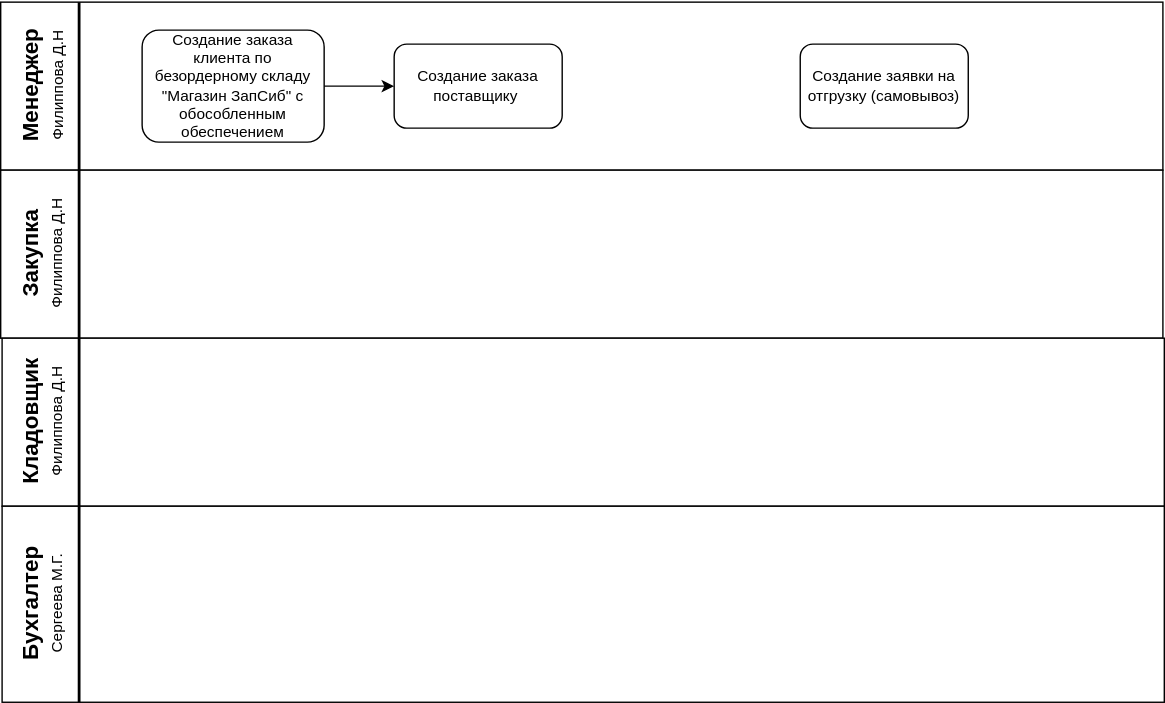
This is Diagram.svg from Mariia22/HTTP-Request, a draw.io export, as it was before one commit. Source tidied: cells renumbered, new cells last; positions are measured from the earlier drawing's top-left corner, leaving out a move shared by most shapes.
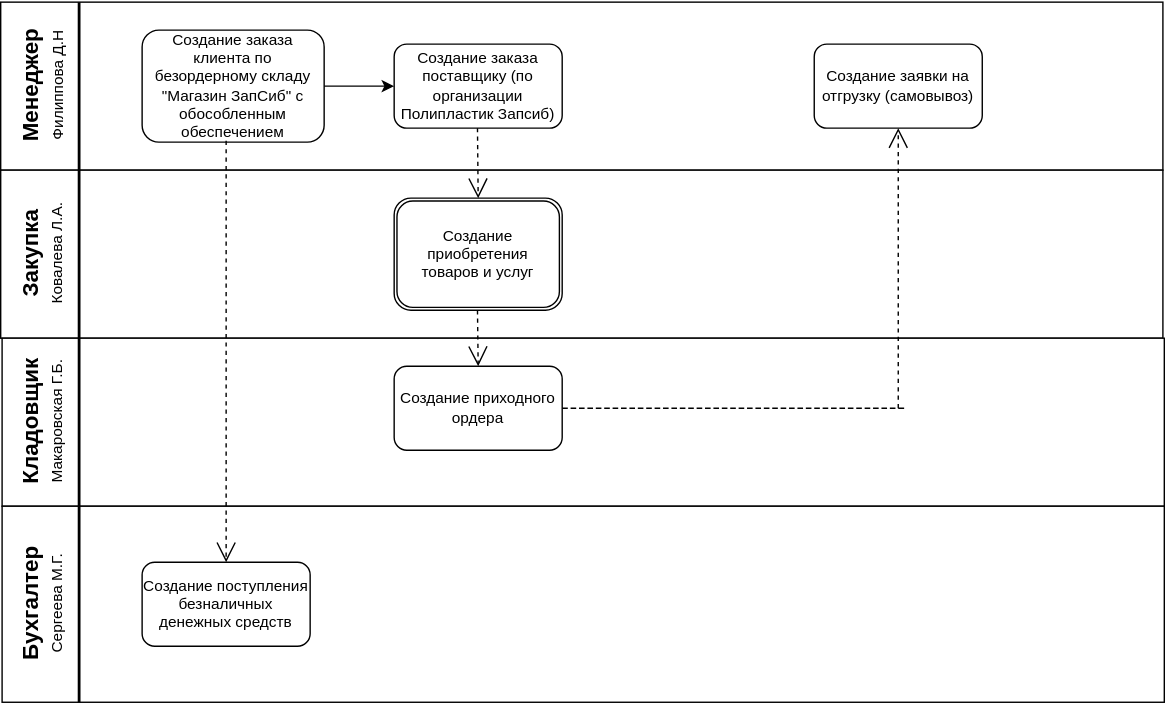
Later version of the same file.

What changed in the source:
```diff
@@ -35,10 +35,10 @@
     <mxCell id="12" value="Филиппова Д.Н&lt;br style=&quot;font-size: 11px;&quot;&gt;" style="text;strokeColor=none;fillColor=none;html=1;fontSize=11;fontStyle=0;verticalAlign=middle;align=center;rotation=270;" parent="1" vertex="1">
       <mxGeometry x="20" y="40" width="80" height="40" as="geometry" />
     </mxCell>
-    <mxCell id="13" value="Филиппова Д.Н&lt;br style=&quot;font-size: 11px;&quot;&gt;" style="text;strokeColor=none;fillColor=none;html=1;fontSize=11;fontStyle=0;verticalAlign=middle;align=center;rotation=270;" parent="1" vertex="1">
+    <mxCell id="13" value="Ковалева Л.А." style="text;strokeColor=none;fillColor=none;html=1;fontSize=11;fontStyle=0;verticalAlign=middle;align=center;rotation=270;" parent="1" vertex="1">
       <mxGeometry x="19" y="160" width="80" height="40" as="geometry" />
     </mxCell>
-    <mxCell id="14" value="Филиппова Д.Н&lt;br style=&quot;font-size: 11px;&quot;&gt;" style="text;strokeColor=none;fillColor=none;html=1;fontSize=11;fontStyle=0;verticalAlign=middle;align=center;rotation=270;" parent="1" vertex="1">
+    <mxCell id="14" value="Макаровская Г.Б." style="text;strokeColor=none;fillColor=none;html=1;fontSize=11;fontStyle=0;verticalAlign=middle;align=center;rotation=270;" parent="1" vertex="1">
       <mxGeometry x="19" y="280" width="80" height="40" as="geometry" />
     </mxCell>
     <mxCell id="15" value="Сергеева М.Г." style="text;strokeColor=none;fillColor=none;html=1;fontSize=11;fontStyle=0;verticalAlign=middle;align=center;rotation=270;" parent="1" vertex="1">
@@ -47,14 +47,52 @@
     <mxCell id="16" value="Создание заказа клиента по безордерному складу &quot;Магазин ЗапСиб&quot; с обособленным обеспечением" style="rounded=1;whiteSpace=wrap;html=1;fontSize=11;" parent="1" vertex="1">
       <mxGeometry x="120" y="20" width="130" height="80" as="geometry" />
     </mxCell>
-    <mxCell id="17" value="Создание заказа поставщику&amp;nbsp;" style="rounded=1;whiteSpace=wrap;html=1;fontSize=11;" parent="1" vertex="1">
+    <mxCell id="17" value="Создание заказа поставщику (по организации Полипластик Запсиб)" style="rounded=1;whiteSpace=wrap;html=1;fontSize=11;" parent="1" vertex="1">
       <mxGeometry x="300" y="30" width="120" height="60" as="geometry" />
     </mxCell>
     <mxCell id="18" value="Создание заявки на отгрузку (самовывоз)" style="rounded=1;whiteSpace=wrap;html=1;fontSize=11;" parent="1" vertex="1">
-      <mxGeometry x="590" y="30" width="120" height="60" as="geometry" />
+      <mxGeometry x="600" y="30" width="120" height="60" as="geometry" />
     </mxCell>
     <mxCell id="19" style="endArrow=classic;html=1;fontSize=11;exitX=1;exitY=0.5;exitDx=0;exitDy=0;entryX=0;entryY=0.5;entryDx=0;entryDy=0;" parent="1" edge="1" source="16" target="17">
       <mxGeometry relative="1" as="geometry" />
     </mxCell>
+    <mxCell id="20" value="Создание приобретения товаров и услуг" style="shape=ext;double=1;rounded=1;whiteSpace=wrap;html=1;fontSize=11;" parent="1" vertex="1">
+      <mxGeometry x="300" y="140" width="120" height="80" as="geometry" />
+    </mxCell>
+    <mxCell id="21" value="Создание приходного ордера" style="rounded=1;whiteSpace=wrap;html=1;fontSize=11;" parent="1" vertex="1">
+      <mxGeometry x="300" y="260" width="120" height="60" as="geometry" />
+    </mxCell>
+    <mxCell id="22" style="endArrow=open;endSize=12;dashed=1;html=1;fontSize=11;" parent="1" edge="1">
+      <mxGeometry relative="1" as="geometry">
+        <mxPoint x="359.5" y="220" as="sourcePoint" />
+        <mxPoint x="360" y="260" as="targetPoint" />
+      </mxGeometry>
+    </mxCell>
+    <mxCell id="23" value="Создание поступления безналичных денежных средств" style="rounded=1;whiteSpace=wrap;html=1;fontSize=11;" parent="1" vertex="1">
+      <mxGeometry x="120" y="400" width="120" height="60" as="geometry" />
+    </mxCell>
+    <mxCell id="24" style="endArrow=open;endSize=12;dashed=1;html=1;fontSize=11;entryX=0.5;entryY=0;entryDx=0;entryDy=0;" parent="1" edge="1" target="23">
+      <mxGeometry relative="1" as="geometry">
+        <mxPoint x="180" y="99" as="sourcePoint" />
+      </mxGeometry>
+    </mxCell>
+    <mxCell id="25" style="endArrow=none;dashed=1;html=1;fontSize=11;" parent="1" edge="1" target="21">
+      <mxGeometry relative="1" as="geometry">
+        <mxPoint x="420" y="290" as="sourcePoint" />
+        <Array as="points">
+          <mxPoint x="670" y="290" />
+        </Array>
+      </mxGeometry>
+    </mxCell>
+    <mxCell id="26" style="endArrow=open;endSize=12;dashed=1;html=1;fontSize=11;entryX=0.5;entryY=1;entryDx=0;entryDy=0;" parent="1" edge="1" target="18">
+      <mxGeometry relative="1" as="geometry">
+        <mxPoint x="660" y="290" as="sourcePoint" />
+      </mxGeometry>
+    </mxCell>
+    <mxCell id="27" style="endArrow=open;endSize=12;dashed=1;html=1;fontSize=11;entryX=0.5;entryY=0;entryDx=0;entryDy=0;" parent="1" edge="1" target="20">
+      <mxGeometry relative="1" as="geometry">
+        <mxPoint x="359.5" y="90" as="sourcePoint" />
+      </mxGeometry>
+    </mxCell>
   </root>
 </mxGraphModel>
```
